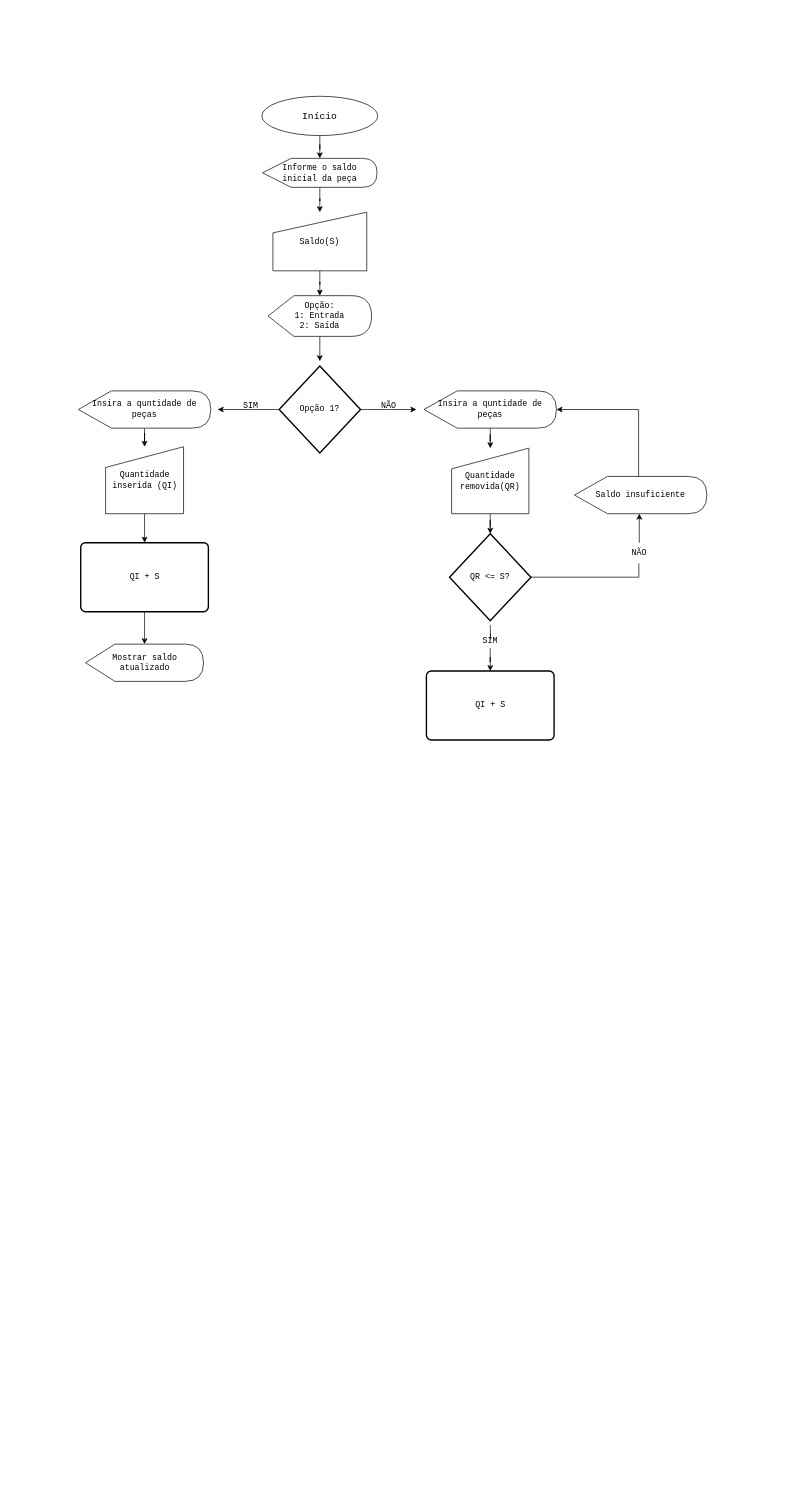
Before: Diagrama sem nome.drawio in maitegomess/senai-1a-ATV-LOP, a draw.io diagram. Source tidied: cells renumbered, new cells numbered last; positions are measured from the earlier drawing's top-left corner, leaving out a move shared by most shapes. Both pictures are drawn from the tidied source at 69%, with x=0, y=0 at pixel (78, 96).
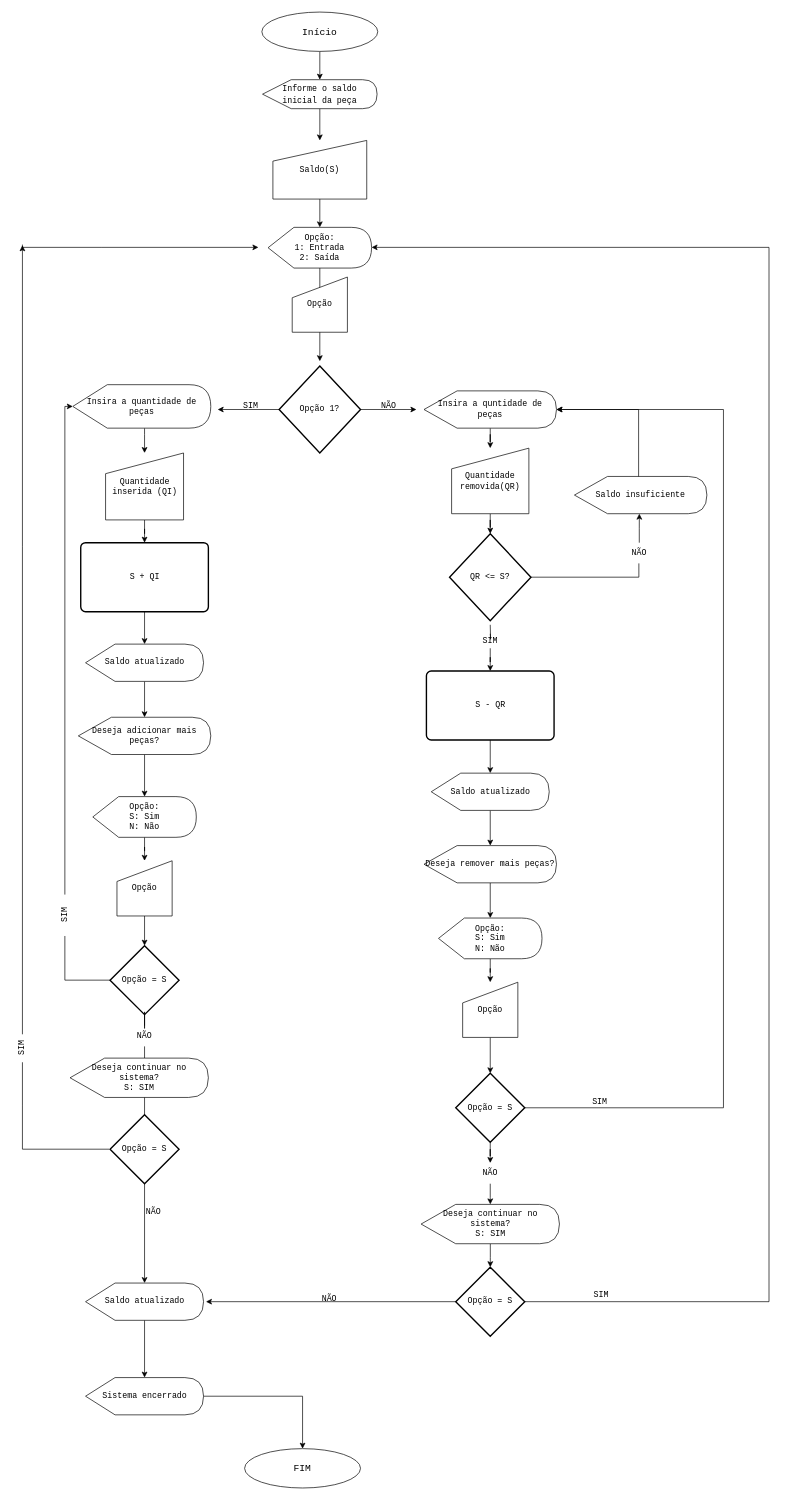
The same page after the edit.

Commit message:
Actualizar Diagrama LOP

Unchanged cells that the change refers to:
```xml
<mxCell id="18" value="&lt;div style=&quot;&quot;&gt;&lt;span style=&quot;background-color: initial;&quot;&gt;&lt;font style=&quot;font-size: 12px;&quot;&gt;Insira a quntidade de peças&lt;/font&gt;&lt;/span&gt;&lt;/div&gt;" style="shape=display;whiteSpace=wrap;html=1;fontFamily=Courier New;fontSize=12;align=center;" parent="1" vertex="1">
  <mxGeometry x="501" y="427" width="192" height="54" as="geometry" />
</mxCell>
```

The edit, as a diff of the source:
```diff
@@
     <mxCell id="3" value="&lt;font face=&quot;Courier New&quot; style=&quot;font-size: 14px;&quot;&gt;Início&lt;/font&gt;" style="ellipse;whiteSpace=wrap;html=1;" parent="1" vertex="1">
-      <mxGeometry x="266" width="168" height="57" as="geometry" />
+      <mxGeometry x="266" y="-122" width="168" height="57" as="geometry" />
     </mxCell>
@@
     <mxCell id="5" value="&lt;font style=&quot;font-size: 12px;&quot;&gt;Informe o saldo inicial da peça&lt;/font&gt;" style="shape=display;whiteSpace=wrap;html=1;fontFamily=Courier New;fontSize=14;align=center;" parent="1" vertex="1">
-      <mxGeometry x="267" y="90" width="166" height="42" as="geometry" />
+      <mxGeometry x="267" y="-24" width="166" height="42" as="geometry" />
     </mxCell>
@@
     <mxCell id="7" value="&lt;div style=&quot;&quot;&gt;&lt;span style=&quot;background-color: initial;&quot;&gt;Saldo(S)&lt;/span&gt;&lt;/div&gt;" style="shape=manualInput;whiteSpace=wrap;html=1;fontFamily=Courier New;fontSize=12;align=center;" parent="1" vertex="1">
-      <mxGeometry x="282" y="168" width="136" height="85" as="geometry" />
+      <mxGeometry x="282" y="64" width="136" height="85" as="geometry" />
     </mxCell>
@@
     <mxCell id="9" value="Opção:&lt;br&gt;1: Entrada&lt;br&gt;2: Saída" style="shape=display;whiteSpace=wrap;html=1;fontFamily=Courier New;fontSize=12;" parent="1" vertex="1">
-      <mxGeometry x="275" y="289" width="150" height="59" as="geometry" />
+      <mxGeometry x="275" y="190" width="150" height="59" as="geometry" />
     </mxCell>
@@
     <mxCell id="15" style="edgeStyle=orthogonalEdgeStyle;rounded=0;jettySize=auto;html=1;fontFamily=Courier New;fontSize=12;" parent="1" edge="1" source="16" target="20">
-      <mxGeometry relative="1" as="geometry" />
+      <mxGeometry relative="1" as="geometry">
+        <Array as="points">
+          <mxPoint x="96" y="490" />
+          <mxPoint x="96" y="490" />
+        </Array>
+      </mxGeometry>
     </mxCell>
-    <mxCell id="16" value="&lt;div style=&quot;&quot;&gt;&lt;span style=&quot;background-color: initial;&quot;&gt;&lt;font style=&quot;font-size: 12px;&quot;&gt;Insira a quntidade de peças&lt;/font&gt;&lt;/span&gt;&lt;/div&gt;" style="shape=display;whiteSpace=wrap;html=1;fontFamily=Courier New;fontSize=12;align=center;" parent="1" vertex="1">
-      <mxGeometry y="427" width="192" height="54" as="geometry" />
+    <mxCell id="16" value="&lt;div style=&quot;&quot;&gt;&lt;span style=&quot;background-color: initial;&quot;&gt;&lt;font style=&quot;font-size: 12px;&quot;&gt;Insira a quantidade de peças&lt;/font&gt;&lt;/span&gt;&lt;/div&gt;" style="shape=display;whiteSpace=wrap;html=1;fontFamily=Courier New;fontSize=12;align=center;" parent="1" vertex="1">
+      <mxGeometry x="-8" y="418" width="200" height="63" as="geometry" />
     </mxCell>
@@
     <mxCell id="20" value="Quantidade inserida (QI)" style="shape=manualInput;whiteSpace=wrap;html=1;fontFamily=Courier New;fontSize=12;" parent="1" vertex="1">
-      <mxGeometry x="39.5" y="508" width="113" height="97" as="geometry" />
+      <mxGeometry x="39.5" y="517" width="113" height="97" as="geometry" />
     </mxCell>
@@
-    <mxCell id="24" value="QI + S" style="rounded=1;whiteSpace=wrap;html=1;absoluteArcSize=1;arcSize=14;strokeWidth=2;fontFamily=Courier New;fontSize=12;" parent="1" vertex="1">
+    <mxCell id="24" value="S + QI" style="rounded=1;whiteSpace=wrap;html=1;absoluteArcSize=1;arcSize=14;strokeWidth=2;fontFamily=Courier New;fontSize=12;" parent="1" vertex="1">
       <mxGeometry x="3.5" y="647" width="185" height="100" as="geometry" />
     </mxCell>
+    <mxCell id="36" style="edgeStyle=orthogonalEdgeStyle;rounded=0;jettySize=auto;html=1;fontFamily=Courier New;fontSize=12;" parent="1" edge="1" source="25" target="42">
+      <mxGeometry relative="1" as="geometry" />
+    </mxCell>
-    <mxCell id="25" value="Mostrar saldo atualizado" style="shape=display;whiteSpace=wrap;html=1;fontFamily=Courier New;fontSize=12;" parent="1" vertex="1">
+    <mxCell id="25" value="Saldo atualizado" style="shape=display;whiteSpace=wrap;html=1;fontFamily=Courier New;fontSize=12;" parent="1" vertex="1">
       <mxGeometry x="10.5" y="794" width="171" height="54" as="geometry" />
     </mxCell>
@@
+    <mxCell id="37" style="edgeStyle=orthogonalEdgeStyle;rounded=0;jettySize=auto;html=1;fontFamily=Courier New;fontSize=12;" parent="1" edge="1" source="29" target="39">
+      <mxGeometry relative="1" as="geometry" />
+    </mxCell>
-    <mxCell id="29" value="QI + S" style="rounded=1;whiteSpace=wrap;html=1;absoluteArcSize=1;arcSize=14;strokeWidth=2;fontFamily=Courier New;fontSize=12;" parent="1" vertex="1">
+    <mxCell id="29" value="S - QR" style="rounded=1;whiteSpace=wrap;html=1;absoluteArcSize=1;arcSize=14;strokeWidth=2;fontFamily=Courier New;fontSize=12;" parent="1" vertex="1">
       <mxGeometry x="504.5" y="833" width="185" height="100" as="geometry" />
     </mxCell>
@@
+    <mxCell id="38" style="edgeStyle=orthogonalEdgeStyle;rounded=0;jettySize=auto;html=1;fontFamily=Courier New;fontSize=12;" parent="1" edge="1" source="39" target="44">
+      <mxGeometry relative="1" as="geometry" />
+    </mxCell>
+    <mxCell id="39" value="Saldo atualizado" style="shape=display;whiteSpace=wrap;html=1;fontFamily=Courier New;fontSize=12;" parent="1" vertex="1">
+      <mxGeometry x="511.5" y="981" width="171" height="54" as="geometry" />
+    </mxCell>
+    <mxCell id="40" value="Opção" style="shape=manualInput;whiteSpace=wrap;html=1;fontFamily=Courier New;fontSize=12;" parent="1" vertex="1">
+      <mxGeometry x="310" y="262" width="80" height="80" as="geometry" />
+    </mxCell>
+    <mxCell id="41" style="edgeStyle=orthogonalEdgeStyle;rounded=0;jettySize=auto;html=1;fontFamily=Courier New;fontSize=12;" parent="1" edge="1" source="42" target="46">
+      <mxGeometry relative="1" as="geometry" />
+    </mxCell>
+    <mxCell id="42" value="&lt;div style=&quot;&quot;&gt;&lt;span style=&quot;background-color: initial;&quot;&gt;&lt;font style=&quot;font-size: 12px;&quot;&gt;Deseja adicionar mais peças?&lt;/font&gt;&lt;/span&gt;&lt;/div&gt;" style="shape=display;whiteSpace=wrap;html=1;fontFamily=Courier New;fontSize=12;align=center;" parent="1" vertex="1">
+      <mxGeometry y="900" width="192" height="54" as="geometry" />
+    </mxCell>
+    <mxCell id="43" style="edgeStyle=orthogonalEdgeStyle;rounded=0;jettySize=auto;html=1;fontFamily=Courier New;fontSize=12;" parent="1" edge="1" source="44" target="48">
+      <mxGeometry relative="1" as="geometry" />
+    </mxCell>
+    <mxCell id="44" value="&lt;div style=&quot;&quot;&gt;&lt;span style=&quot;background-color: initial;&quot;&gt;&lt;font style=&quot;font-size: 12px;&quot;&gt;Deseja remover mais peças?&lt;/font&gt;&lt;/span&gt;&lt;/div&gt;" style="shape=display;whiteSpace=wrap;html=1;fontFamily=Courier New;fontSize=12;align=center;" parent="1" vertex="1">
+      <mxGeometry x="501" y="1086" width="192" height="54" as="geometry" />
+    </mxCell>
+    <mxCell id="45" style="edgeStyle=orthogonalEdgeStyle;rounded=0;jettySize=auto;html=1;fontFamily=Courier New;fontSize=12;" parent="1" edge="1" source="46" target="50">
+      <mxGeometry relative="1" as="geometry" />
+    </mxCell>
+    <mxCell id="46" value="Opção:&lt;br&gt;S: Sim&lt;br&gt;N: Não" style="shape=display;whiteSpace=wrap;html=1;fontFamily=Courier New;fontSize=12;" parent="1" vertex="1">
+      <mxGeometry x="21" y="1015" width="150" height="59" as="geometry" />
+    </mxCell>
+    <mxCell id="47" style="edgeStyle=orthogonalEdgeStyle;rounded=0;jettySize=auto;html=1;fontFamily=Courier New;fontSize=12;" parent="1" edge="1" source="48" target="52">
+      <mxGeometry relative="1" as="geometry" />
+    </mxCell>
+    <mxCell id="48" value="Opção:&lt;br&gt;S: Sim&lt;br&gt;N: Não" style="shape=display;whiteSpace=wrap;html=1;fontFamily=Courier New;fontSize=12;" parent="1" vertex="1">
+      <mxGeometry x="522" y="1191" width="150" height="59" as="geometry" />
+    </mxCell>
+    <mxCell id="49" style="edgeStyle=orthogonalEdgeStyle;rounded=0;jettySize=auto;html=1;fontFamily=Courier New;fontSize=12;" parent="1" edge="1" source="50" target="54">
+      <mxGeometry relative="1" as="geometry" />
+    </mxCell>
+    <mxCell id="50" value="Opção" style="shape=manualInput;whiteSpace=wrap;html=1;fontFamily=Courier New;fontSize=12;" parent="1" vertex="1">
+      <mxGeometry x="56" y="1108" width="80" height="80" as="geometry" />
+    </mxCell>
+    <mxCell id="51" style="edgeStyle=orthogonalEdgeStyle;rounded=0;jettySize=auto;html=1;fontFamily=Courier New;fontSize=12;" parent="1" edge="1" source="52" target="57">
+      <mxGeometry relative="1" as="geometry" />
+    </mxCell>
+    <mxCell id="52" value="Opção" style="shape=manualInput;whiteSpace=wrap;html=1;fontFamily=Courier New;fontSize=12;" parent="1" vertex="1">
+      <mxGeometry x="557" y="1284" width="80" height="80" as="geometry" />
+    </mxCell>
+    <mxCell id="53" style="edgeStyle=orthogonalEdgeStyle;rounded=0;jettySize=auto;html=1;fontFamily=Courier New;fontSize=12;startArrow=none;" parent="1" edge="1" source="64" target="62">
+      <mxGeometry relative="1" as="geometry" />
+    </mxCell>
+    <mxCell id="54" value="Opção = S" style="strokeWidth=2;html=1;shape=mxgraph.flowchart.decision;whiteSpace=wrap;fontFamily=Courier New;fontSize=12;" parent="1" vertex="1">
+      <mxGeometry x="46" y="1231" width="100" height="100" as="geometry" />
+    </mxCell>
+    <mxCell id="55" style="edgeStyle=orthogonalEdgeStyle;rounded=0;jettySize=auto;html=1;fontFamily=Courier New;fontSize=12;entryX=1;entryY=0.5;entryDx=0;entryDy=0;entryPerimeter=0;" parent="1" edge="1" source="57" target="18">
+      <mxGeometry relative="1" as="geometry">
+        <Array as="points">
+          <mxPoint x="935" y="1466" />
+          <mxPoint x="935" y="454" />
+        </Array>
+      </mxGeometry>
+    </mxCell>
+    <mxCell id="56" style="edgeStyle=orthogonalEdgeStyle;rounded=0;jettySize=auto;html=1;fontFamily=Courier New;fontSize=12;" parent="1" edge="1" source="57" target="76">
+      <mxGeometry relative="1" as="geometry" />
+    </mxCell>
+    <mxCell id="57" value="Opção = S" style="strokeWidth=2;html=1;shape=mxgraph.flowchart.decision;whiteSpace=wrap;fontFamily=Courier New;fontSize=12;" parent="1" vertex="1">
+      <mxGeometry x="547" y="1416" width="100" height="100" as="geometry" />
+    </mxCell>
+    <mxCell id="58" style="edgeStyle=orthogonalEdgeStyle;rounded=0;jettySize=auto;html=1;fontFamily=Courier New;fontSize=12;entryX=0;entryY=0.5;entryDx=0;entryDy=0;entryPerimeter=0;endArrow=none;" parent="1" edge="1" source="54" target="60">
+      <mxGeometry relative="1" as="geometry">
+        <Array as="points">
+          <mxPoint x="-20" y="1281" />
+        </Array>
+      </mxGeometry>
+    </mxCell>
+    <mxCell id="59" style="edgeStyle=orthogonalEdgeStyle;rounded=0;jettySize=auto;html=1;fontFamily=Courier New;fontSize=12;entryX=0;entryY=0.5;entryDx=0;entryDy=0;entryPerimeter=0;" parent="1" edge="1" source="60" target="16">
+      <mxGeometry relative="1" as="geometry">
+        <Array as="points">
+          <mxPoint x="-19" y="450" />
+          <mxPoint x="-8" y="450" />
+        </Array>
+      </mxGeometry>
+    </mxCell>
+    <mxCell id="60" value="SIM" style="text;strokeColor=none;align=center;fillColor=none;html=1;verticalAlign=middle;whiteSpace=wrap;rounded=0;fontFamily=Courier New;fontSize=12;rotation=270;" parent="1" vertex="1">
+      <mxGeometry x="-49.5" y="1172" width="60" height="30" as="geometry" />
+    </mxCell>
+    <mxCell id="61" style="edgeStyle=orthogonalEdgeStyle;rounded=0;jettySize=auto;html=1;fontFamily=Courier New;fontSize=12;" parent="1" edge="1" source="62" target="66">
+      <mxGeometry relative="1" as="geometry" />
+    </mxCell>
+    <mxCell id="62" value="Saldo atualizado" style="shape=display;whiteSpace=wrap;html=1;fontFamily=Courier New;fontSize=12;" parent="1" vertex="1">
+      <mxGeometry x="10.5" y="1720" width="171" height="54" as="geometry" />
+    </mxCell>
+    <mxCell id="63" style="edgeStyle=orthogonalEdgeStyle;rounded=0;jettySize=auto;html=1;fontFamily=Courier New;fontSize=12;endArrow=none;" parent="1" edge="1" source="54" target="64">
+      <mxGeometry relative="1" as="geometry" />
+    </mxCell>
+    <mxCell id="64" value="NÃO" style="text;strokeColor=none;align=center;fillColor=none;html=1;verticalAlign=middle;whiteSpace=wrap;rounded=0;fontFamily=Courier New;fontSize=12;" parent="1" vertex="1">
+      <mxGeometry x="66" y="1347" width="60" height="30" as="geometry" />
+    </mxCell>
+    <mxCell id="65" style="edgeStyle=orthogonalEdgeStyle;rounded=0;jettySize=auto;html=1;fontFamily=Courier New;fontSize=12;" parent="1" edge="1" source="66" target="67">
+      <mxGeometry relative="1" as="geometry" />
+    </mxCell>
+    <mxCell id="66" value="Sistema encerrado" style="shape=display;whiteSpace=wrap;html=1;fontFamily=Courier New;fontSize=12;" parent="1" vertex="1">
+      <mxGeometry x="10.5" y="1857" width="171" height="54" as="geometry" />
+    </mxCell>
+    <mxCell id="67" value="&lt;font face=&quot;Courier New&quot; style=&quot;font-size: 14px;&quot;&gt;FIM&lt;/font&gt;" style="ellipse;whiteSpace=wrap;html=1;" parent="1" vertex="1">
+      <mxGeometry x="241" y="1960" width="168" height="57" as="geometry" />
+    </mxCell>
+    <mxCell id="68" value="Deseja continuar no sistema?&lt;br&gt;S: SIM" style="shape=display;whiteSpace=wrap;html=1;fontFamily=Courier New;fontSize=12;" parent="1" vertex="1">
+      <mxGeometry x="-12" y="1394" width="200.5" height="57" as="geometry" />
+    </mxCell>
+    <mxCell id="69" value="Opção = S" style="strokeWidth=2;html=1;shape=mxgraph.flowchart.decision;whiteSpace=wrap;fontFamily=Courier New;fontSize=12;" parent="1" vertex="1">
+      <mxGeometry x="46" y="1476" width="100" height="100" as="geometry" />
+    </mxCell>
+    <mxCell id="70" value="NÃO" style="text;strokeColor=none;align=center;fillColor=none;html=1;verticalAlign=middle;whiteSpace=wrap;rounded=0;fontFamily=Courier New;fontSize=12;rotation=0;" parent="1" vertex="1">
+      <mxGeometry x="79" y="1603" width="60" height="30" as="geometry" />
+    </mxCell>
+    <mxCell id="71" style="edgeStyle=orthogonalEdgeStyle;rounded=0;orthogonalLoop=1;jettySize=auto;html=1;fontFamily=Courier New;fontSize=12;endArrow=none;" parent="1" edge="1">
+      <mxGeometry relative="1" as="geometry">
+        <mxPoint x="44.5" y="1526" as="sourcePoint" />
+        <mxPoint x="-81" y="1400" as="targetPoint" />
+        <Array as="points">
+          <mxPoint x="-81" y="1526" />
+          <mxPoint x="-81" y="1462" />
+        </Array>
+      </mxGeometry>
+    </mxCell>
+    <mxCell id="72" value="SIM" style="text;strokeColor=none;align=center;fillColor=none;html=1;verticalAlign=middle;whiteSpace=wrap;rounded=0;fontFamily=Courier New;fontSize=12;rotation=270;" parent="1" vertex="1">
+      <mxGeometry x="-111" y="1364" width="60" height="30" as="geometry" />
+    </mxCell>
+    <mxCell id="73" style="edgeStyle=orthogonalEdgeStyle;rounded=0;orthogonalLoop=1;jettySize=auto;html=1;fontFamily=Courier New;fontSize=12;" parent="1" edge="1">
+      <mxGeometry relative="1" as="geometry">
+        <mxPoint x="-81" y="1359.5" as="sourcePoint" />
+        <mxPoint x="-81" y="216" as="targetPoint" />
+        <Array as="points">
+          <mxPoint x="-81" y="652" />
+        </Array>
+      </mxGeometry>
+    </mxCell>
+    <mxCell id="74" style="edgeStyle=orthogonalEdgeStyle;rounded=0;orthogonalLoop=1;jettySize=auto;html=1;fontFamily=Courier New;fontSize=12;" parent="1" edge="1">
+      <mxGeometry relative="1" as="geometry">
+        <mxPoint x="-81" y="215" as="sourcePoint" />
+        <mxPoint x="261" y="219" as="targetPoint" />
+        <Array as="points">
+          <mxPoint x="33" y="219" />
+          <mxPoint x="33" y="219" />
+        </Array>
+      </mxGeometry>
+    </mxCell>
+    <mxCell id="75" style="edgeStyle=orthogonalEdgeStyle;rounded=0;jettySize=auto;html=1;fontFamily=Courier New;fontSize=12;" parent="1" edge="1" source="76" target="78">
+      <mxGeometry relative="1" as="geometry" />
+    </mxCell>
+    <mxCell id="76" value="NÃO" style="text;strokeColor=none;align=center;fillColor=none;html=1;verticalAlign=middle;whiteSpace=wrap;rounded=0;fontFamily=Courier New;fontSize=12;" parent="1" vertex="1">
+      <mxGeometry x="567" y="1546" width="60" height="30" as="geometry" />
+    </mxCell>
+    <mxCell id="77" style="edgeStyle=orthogonalEdgeStyle;rounded=0;jettySize=auto;html=1;fontFamily=Courier New;fontSize=12;" parent="1" edge="1" source="78" target="81">
+      <mxGeometry relative="1" as="geometry" />
+    </mxCell>
+    <mxCell id="78" value="Deseja continuar no sistema?&lt;br&gt;S: SIM" style="shape=display;whiteSpace=wrap;html=1;fontFamily=Courier New;fontSize=12;" parent="1" vertex="1">
+      <mxGeometry x="496.8" y="1606" width="200.5" height="57" as="geometry" />
+    </mxCell>
+    <mxCell id="79" value="SIM" style="text;strokeColor=none;align=center;fillColor=none;html=1;verticalAlign=middle;whiteSpace=wrap;rounded=0;fontFamily=Courier New;fontSize=12;rotation=0;" parent="1" vertex="1">
+      <mxGeometry x="726" y="1443" width="60" height="30" as="geometry" />
+    </mxCell>
+    <mxCell id="80" style="edgeStyle=orthogonalEdgeStyle;rounded=0;jettySize=auto;html=1;fontFamily=Courier New;fontSize=12;" parent="1" edge="1" source="81">
+      <mxGeometry relative="1" as="geometry">
+        <mxPoint x="185" y="1747" as="targetPoint" />
+      </mxGeometry>
+    </mxCell>
+    <mxCell id="81" value="Opção = S" style="strokeWidth=2;html=1;shape=mxgraph.flowchart.decision;whiteSpace=wrap;fontFamily=Courier New;fontSize=12;" parent="1" vertex="1">
+      <mxGeometry x="547" y="1697" width="100" height="100" as="geometry" />
+    </mxCell>
+    <mxCell id="82" style="edgeStyle=orthogonalEdgeStyle;rounded=0;jettySize=auto;html=1;fontFamily=Courier New;fontSize=12;" parent="1" edge="1" target="9">
+      <mxGeometry relative="1" as="geometry">
+        <mxPoint x="647" y="1747" as="sourcePoint" />
+        <Array as="points">
+          <mxPoint x="1001" y="1747" />
+          <mxPoint x="1001" y="219" />
+        </Array>
+      </mxGeometry>
+    </mxCell>
+    <mxCell id="83" value="SIM" style="text;strokeColor=none;align=center;fillColor=none;html=1;verticalAlign=middle;whiteSpace=wrap;rounded=0;fontFamily=Courier New;fontSize=12;rotation=0;" parent="1" vertex="1">
+      <mxGeometry x="728" y="1723" width="60" height="30" as="geometry" />
+    </mxCell>
+    <mxCell id="84" value="NÃO" style="text;strokeColor=none;align=center;fillColor=none;html=1;verticalAlign=middle;whiteSpace=wrap;rounded=0;fontFamily=Courier New;fontSize=12;rotation=0;" parent="1" vertex="1">
+      <mxGeometry x="334" y="1728" width="60" height="30" as="geometry" />
+    </mxCell>
```
